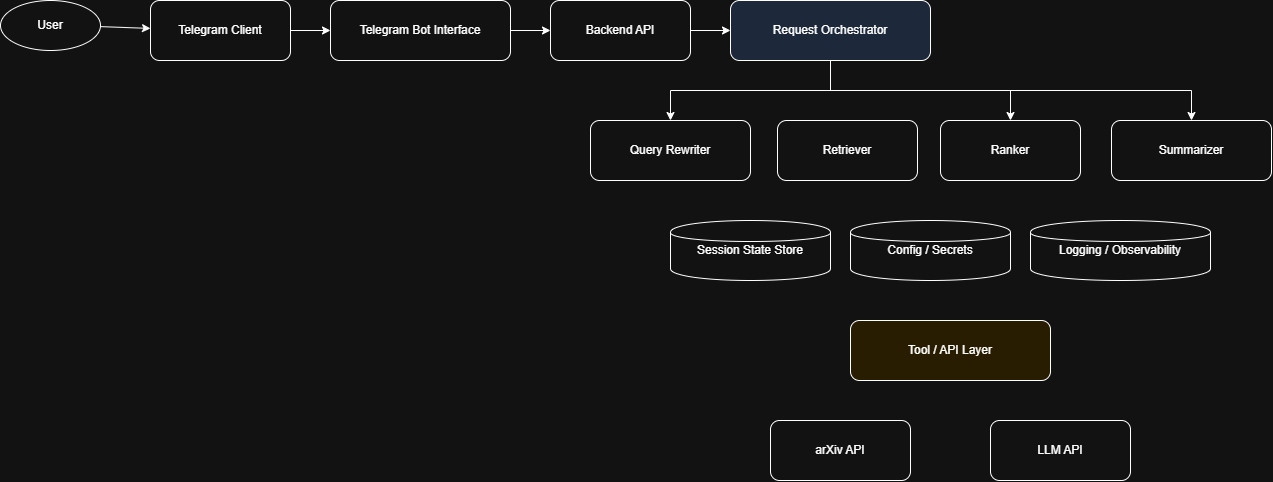
Earlier version of the draw.io export docs/diagrams/C4 Container.png (vvnva/research-paper-agent). Source tidied: cells renumbered, new cells last; positions are measured from the earlier drawing's top-left corner, leaving out a move shared by most shapes.
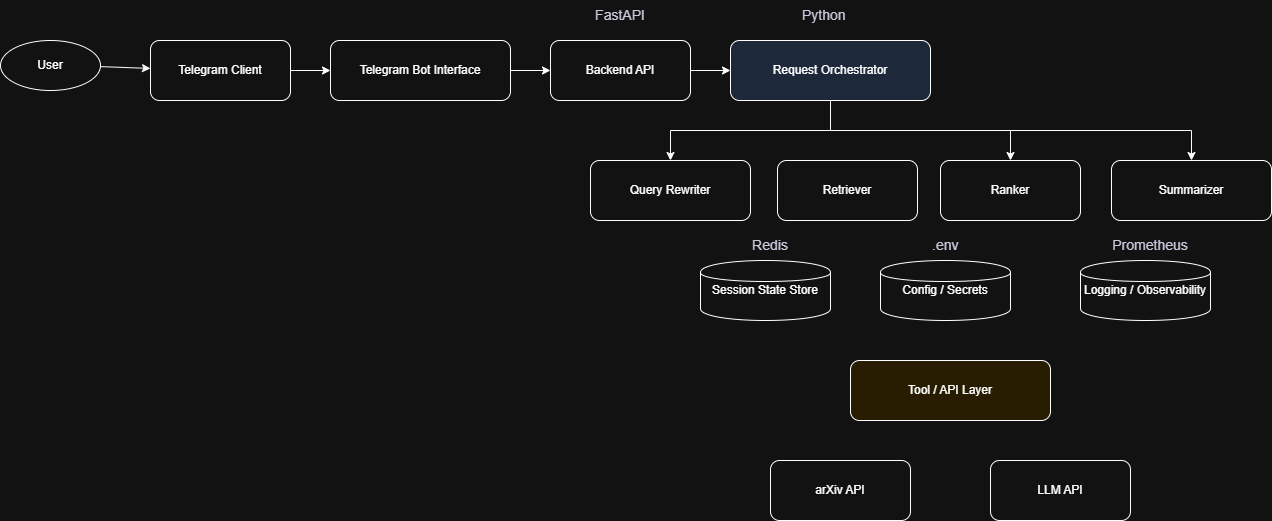
The same diagram one commit later.

Diff of the diagram source:
```diff
@@ -33,13 +33,13 @@
       <mxGeometry x="1111" y="120" width="160" height="60" as="geometry" />
     </mxCell>
     <mxCell id="12" value="Session State Store" style="shape=cylinder;whiteSpace=wrap;html=1;" parent="1" vertex="1">
-      <mxGeometry x="670" y="220" width="160" height="60" as="geometry" />
+      <mxGeometry x="700" y="220" width="130" height="60" as="geometry" />
     </mxCell>
     <mxCell id="13" value="Config / Secrets" style="shape=cylinder;whiteSpace=wrap;html=1;" parent="1" vertex="1">
-      <mxGeometry x="850" y="220" width="160" height="60" as="geometry" />
+      <mxGeometry x="880" y="220" width="130" height="60" as="geometry" />
     </mxCell>
     <mxCell id="14" value="Logging / Observability" style="shape=cylinder;whiteSpace=wrap;html=1;" parent="1" vertex="1">
-      <mxGeometry x="1030" y="220" width="180" height="60" as="geometry" />
+      <mxGeometry x="1080" y="220" width="130" height="60" as="geometry" />
     </mxCell>
     <mxCell id="15" value="Tool / API Layer" style="rounded=1;whiteSpace=wrap;html=1;fillColor=#fff2cc;" parent="1" vertex="1">
       <mxGeometry x="850" y="320" width="200" height="60" as="geometry" />
@@ -76,5 +76,20 @@
         </Array>
       </mxGeometry>
     </mxCell>
+    <mxCell id="24" value="&lt;span style=&quot;color: rgb(40, 37, 61); font-family: &amp;quot;Recursive Variable&amp;quot;, arial, sans-serif; font-size: 14px; text-wrap-mode: nowrap;&quot;&gt;FastAPI&lt;/span&gt;" style="text;html=1;whiteSpace=wrap;strokeColor=none;fillColor=none;align=center;verticalAlign=middle;rounded=0;" parent="1" vertex="1">
+      <mxGeometry x="590" y="-40" width="60" height="30" as="geometry" />
+    </mxCell>
+    <mxCell id="25" value="&lt;span style=&quot;color: rgb(40, 37, 61); font-family: &amp;quot;Recursive Variable&amp;quot;, arial, sans-serif; font-size: 14px; font-style: normal; font-variant-ligatures: normal; font-variant-caps: normal; font-weight: 300; letter-spacing: normal; orphans: 2; text-align: center; text-indent: 0px; text-transform: none; widows: 2; word-spacing: 0px; -webkit-text-stroke-width: 0px; white-space: nowrap; text-decoration-thickness: initial; text-decoration-style: initial; text-decoration-color: initial; float: none; display: inline !important;&quot;&gt;.env&lt;/span&gt;" style="text;whiteSpace=wrap;html=1;" parent="1" vertex="1">
+      <mxGeometry x="930" y="190" width="60" height="40" as="geometry" />
+    </mxCell>
+    <mxCell id="26" value="&lt;span style=&quot;color: rgb(40, 37, 61); font-family: &amp;quot;Recursive Variable&amp;quot;, arial, sans-serif; font-size: 14px; text-wrap-mode: nowrap;&quot;&gt;Prometheus&lt;/span&gt;" style="text;html=1;whiteSpace=wrap;strokeColor=none;fillColor=none;align=center;verticalAlign=middle;rounded=0;" parent="1" vertex="1">
+      <mxGeometry x="1120" y="190" width="60" height="30" as="geometry" />
+    </mxCell>
+    <mxCell id="27" value="&lt;span style=&quot;color: rgb(40, 37, 61); font-family: &amp;quot;Recursive Variable&amp;quot;, arial, sans-serif; font-size: 14px; text-wrap-mode: nowrap;&quot;&gt;Redis&lt;/span&gt;" style="text;html=1;whiteSpace=wrap;strokeColor=none;fillColor=none;align=center;verticalAlign=middle;rounded=0;" parent="1" vertex="1">
+      <mxGeometry x="740" y="190" width="60" height="30" as="geometry" />
+    </mxCell>
+    <mxCell id="28" value="&lt;span style=&quot;color: rgb(40, 37, 61); font-family: &amp;quot;Recursive Variable&amp;quot;, arial, sans-serif; font-size: 14px; font-style: normal; font-variant-ligatures: normal; font-variant-caps: normal; font-weight: 300; letter-spacing: normal; orphans: 2; text-align: center; text-indent: 0px; text-transform: none; widows: 2; word-spacing: 0px; -webkit-text-stroke-width: 0px; white-space: nowrap; text-decoration-thickness: initial; text-decoration-style: initial; text-decoration-color: initial; float: none; display: inline !important;&quot;&gt;Python&lt;/span&gt;" style="text;whiteSpace=wrap;html=1;" parent="1" vertex="1">
+      <mxGeometry x="800" y="-40" width="80" height="40" as="geometry" />
+    </mxCell>
   </root>
 </mxGraphModel>
```
